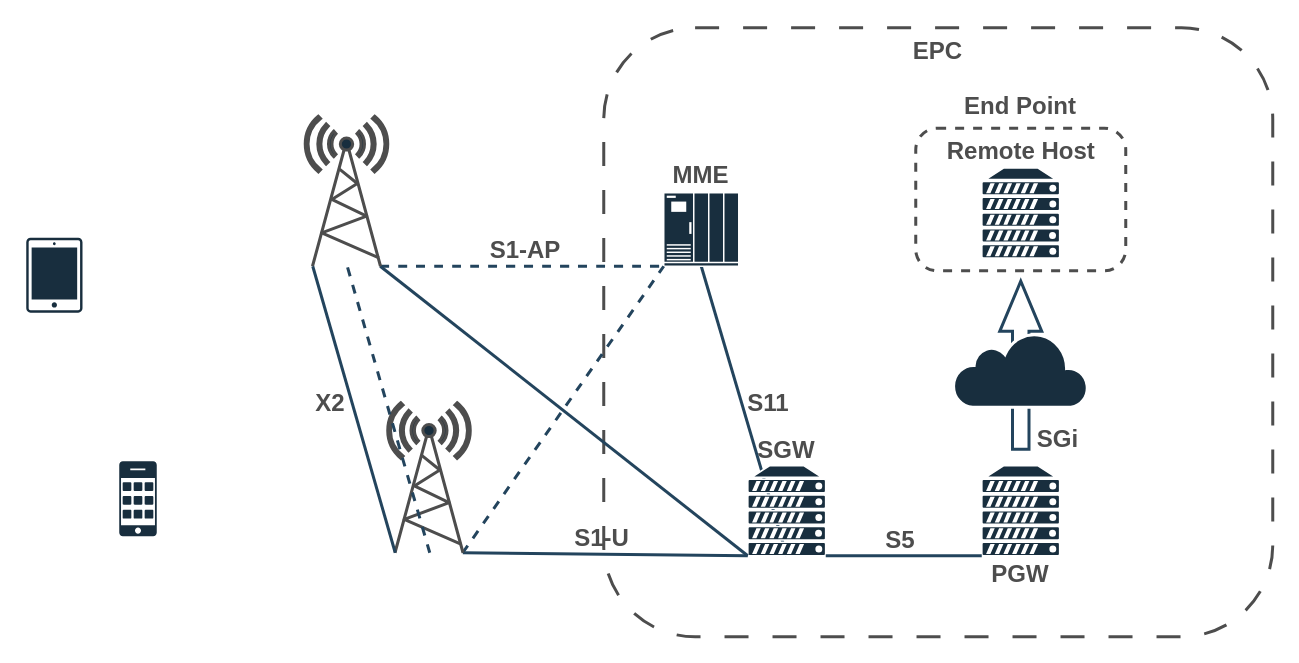
Earlier version of the draw.io diagram page "第 10 页" (10 of 10) of pic/paperPic.drawio (1Errors/PaperUse). Source tidied: cells renumbered, new cells numbered last; positions are measured from the earlier drawing's top-left corner, leaving out a move shared by most shapes. Both pictures are drawn from the tidied source at 150%, with x=0, y=0 at pixel (26, 27).
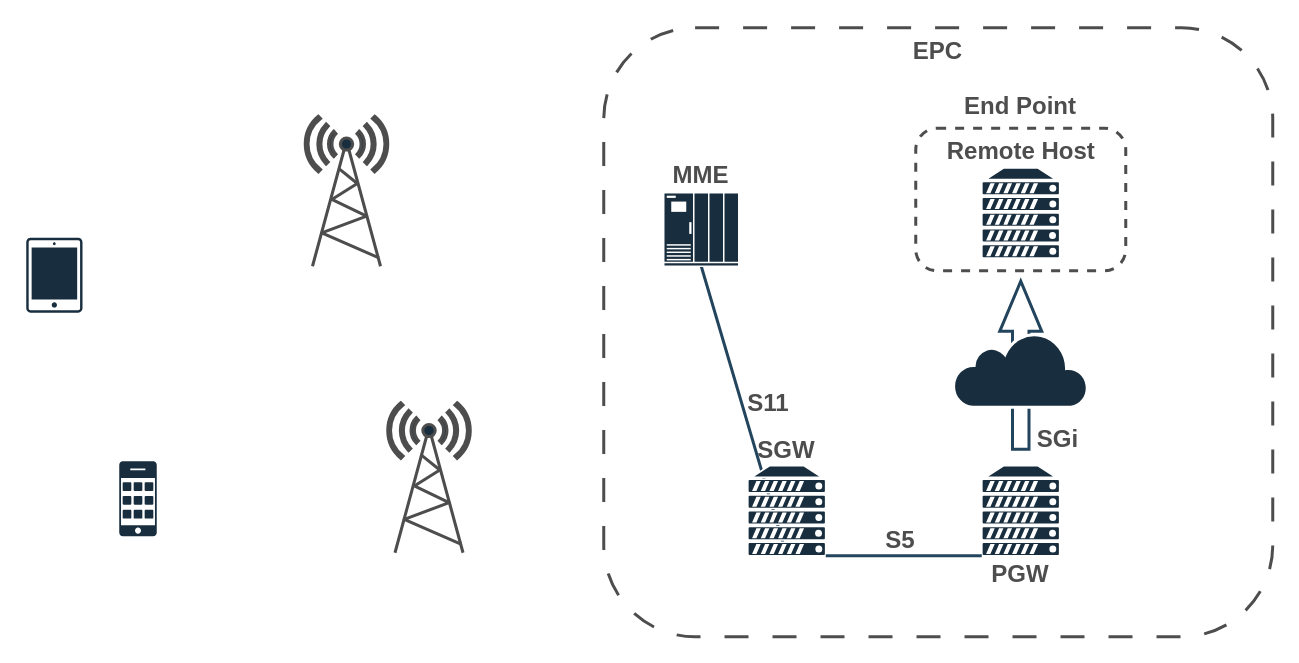
Above is the later version.

Unchanged cells that the change refers to:
```xml
<mxCell id="6" style="fontColor=#FFFFFF;verticalAlign=top;verticalLabelPosition=bottom;labelPosition=center;align=center;html=1;outlineConnect=0;fillColor=#182E3E;strokeColor=#FFFFFF;gradientDirection=north;strokeWidth=2;shape=mxgraph.networks.ups_enterprise;fontSize=16;labelBackgroundColor=none;" parent="1" vertex="1">
  <mxGeometry x="425" y="110" width="50" height="49" as="geometry" />
</mxCell>
<mxCell id="7" style="fontColor=#FFFFFF;verticalAlign=top;verticalLabelPosition=bottom;labelPosition=center;align=center;html=1;outlineConnect=0;fillColor=#182E3E;strokeColor=#FFFFFF;gradientDirection=north;strokeWidth=2;shape=mxgraph.networks.server;fontSize=16;labelBackgroundColor=none;" parent="1" vertex="1">
  <mxGeometry x="481" y="292" width="52" height="60" as="geometry" />
</mxCell>
```

Diff of the diagram source:
```diff
@@
-    <mxCell id="11" style="endArrow=none;html=1;rounded=0;fontSize=12;startSize=8;endSize=8;curved=1;exitX=0.91;exitY=1;exitDx=0;exitDy=0;exitPerimeter=0;dashed=1;strokeWidth=2;entryX=0;entryY=1;entryDx=0;entryDy=0;entryPerimeter=0;labelBackgroundColor=none;strokeColor=#23445D;fontColor=default;" parent="1" edge="1" target="6">
-      <mxGeometry relative="1" as="geometry">
-        <mxPoint x="236" y="159" as="sourcePoint" />
-      </mxGeometry>
-    </mxCell>
-    <mxCell id="12" style="endArrow=none;html=1;rounded=0;fontSize=12;startSize=8;endSize=8;curved=1;exitX=0.91;exitY=1;exitDx=0;exitDy=0;exitPerimeter=0;dashed=1;strokeWidth=2;entryX=0;entryY=1;entryDx=0;entryDy=0;entryPerimeter=0;labelBackgroundColor=none;strokeColor=#23445D;fontColor=default;" parent="1" edge="1" target="6">
-      <mxGeometry relative="1" as="geometry">
-        <mxPoint x="291" y="350" as="sourcePoint" />
-      </mxGeometry>
-    </mxCell>
-    <mxCell id="13" style="endArrow=none;html=1;rounded=0;fontSize=12;startSize=8;endSize=8;curved=1;entryX=0;entryY=1;entryDx=0;entryDy=0;entryPerimeter=0;exitX=0.91;exitY=1;exitDx=0;exitDy=0;exitPerimeter=0;strokeWidth=2;labelBackgroundColor=none;strokeColor=#23445D;fontColor=default;" parent="1" edge="1" target="7">
-      <mxGeometry relative="1" as="geometry">
-        <mxPoint x="291" y="350" as="sourcePoint" />
-      </mxGeometry>
-    </mxCell>
-    <mxCell id="14" style="endArrow=none;html=1;rounded=0;fontSize=12;startSize=8;endSize=8;curved=1;entryX=0;entryY=1;entryDx=0;entryDy=0;entryPerimeter=0;exitX=0.91;exitY=1;exitDx=0;exitDy=0;exitPerimeter=0;strokeWidth=2;labelBackgroundColor=none;strokeColor=#23445D;fontColor=default;" parent="1" edge="1" target="7">
-      <mxGeometry relative="1" as="geometry">
-        <mxPoint x="236" y="159" as="sourcePoint" />
-      </mxGeometry>
-    </mxCell>
@@
-    <mxCell id="23" value="&lt;b&gt;S1-AP&lt;/b&gt;" style="text;strokeColor=none;fillColor=none;html=1;align=center;verticalAlign=middle;whiteSpace=wrap;rounded=0;fontSize=16;labelBackgroundColor=none;fontColor=#4D4D4D;" parent="1" vertex="1">
-      <mxGeometry x="303" y="132.5" width="60" height="30" as="geometry" />
-    </mxCell>
-    <mxCell id="24" value="&lt;b&gt;S1-U&lt;/b&gt;" style="text;strokeColor=none;fillColor=none;html=1;align=center;verticalAlign=middle;whiteSpace=wrap;rounded=0;fontSize=16;labelBackgroundColor=none;fontColor=#4D4D4D;" parent="1" vertex="1">
-      <mxGeometry x="354" y="325" width="60" height="30" as="geometry" />
-    </mxCell>
@@
-    <mxCell id="31" style="endArrow=none;html=1;rounded=0;fontSize=12;startSize=8;endSize=8;curved=1;entryX=0.09;entryY=1;entryDx=0;entryDy=0;entryPerimeter=0;exitX=0.09;exitY=1;exitDx=0;exitDy=0;exitPerimeter=0;strokeWidth=2;labelBackgroundColor=none;strokeColor=#23445D;fontColor=default;" parent="1" edge="1">
-      <mxGeometry relative="1" as="geometry">
-        <mxPoint x="246" y="350" as="sourcePoint" />
-        <mxPoint x="191" y="159" as="targetPoint" />
-      </mxGeometry>
-    </mxCell>
-    <mxCell id="32" style="endArrow=none;html=1;rounded=0;fontSize=12;startSize=8;endSize=8;curved=1;entryX=0.5;entryY=1;entryDx=0;entryDy=0;entryPerimeter=0;exitX=0.5;exitY=1;exitDx=0;exitDy=0;exitPerimeter=0;dashed=1;strokeWidth=2;labelBackgroundColor=none;strokeColor=#23445D;fontColor=default;" parent="1" edge="1">
-      <mxGeometry relative="1" as="geometry">
-        <mxPoint x="269" y="350" as="sourcePoint" />
-        <mxPoint x="214" y="159" as="targetPoint" />
-      </mxGeometry>
-    </mxCell>
-    <mxCell id="33" value="&lt;b&gt;X2&lt;/b&gt;" style="text;strokeColor=none;fillColor=none;html=1;align=center;verticalAlign=middle;whiteSpace=wrap;rounded=0;fontSize=16;labelBackgroundColor=none;fontColor=#4D4D4D;" parent="1" vertex="1">
-      <mxGeometry x="173" y="235" width="60" height="30" as="geometry" />
-    </mxCell>
```
